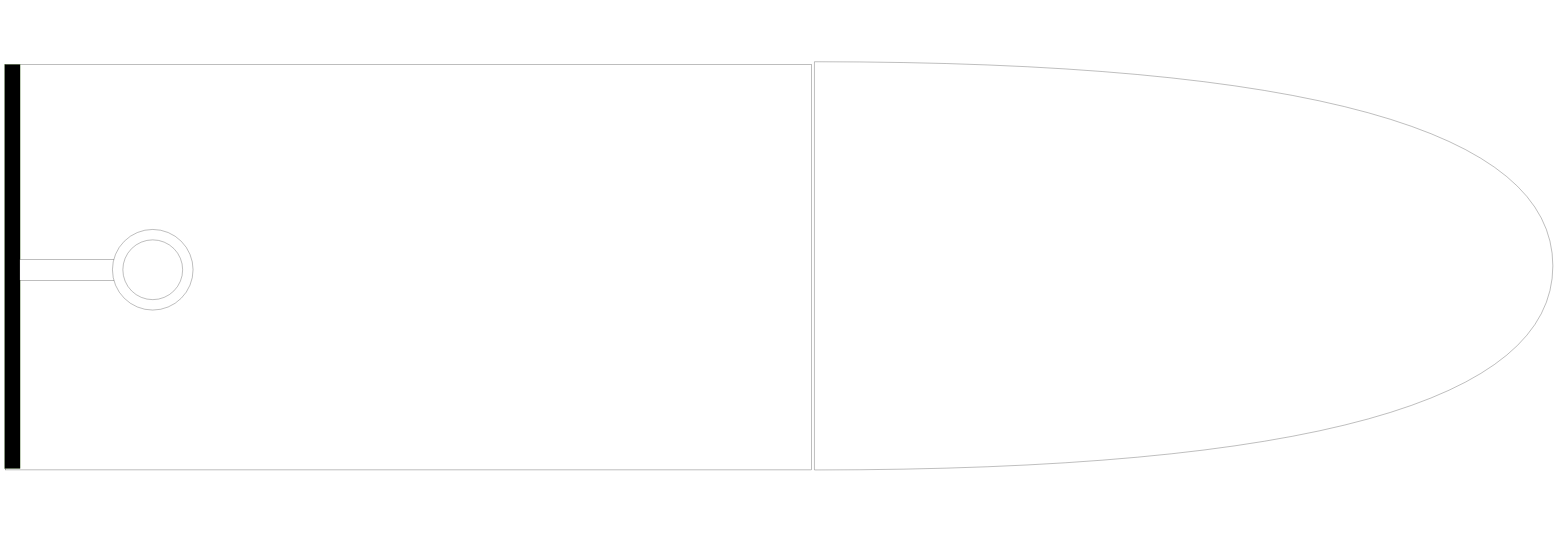
Above: recovery connections.drawio in STES-Rocketry/diagrams (draw.io), before the change. Source tidied: cells renumbered, new cells numbered last; positions are measured from the earlier drawing's top-left corner, leaving out a move shared by most shapes. Both pictures are drawn from the tidied source at 26%, with x=0, y=0 at pixel (-190, 62).
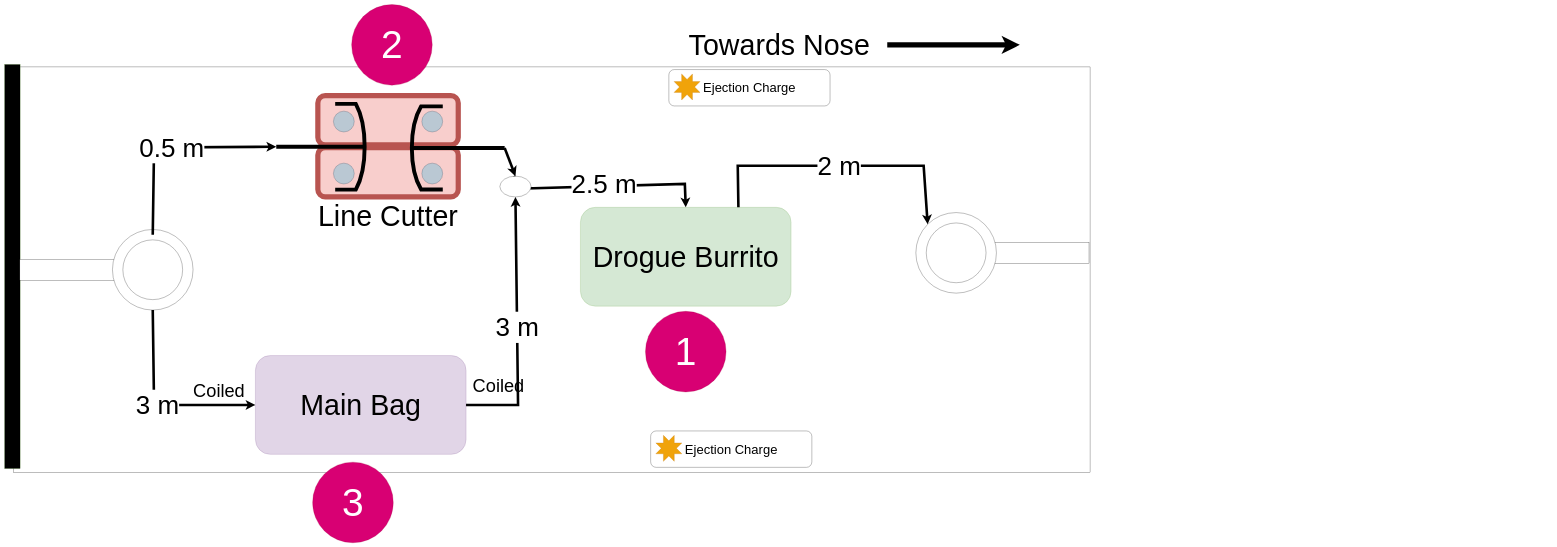
After the change.

Unchanged cells that the change refers to:
```xml
<mxCell id="7" style="ellipse;whiteSpace=wrap;html=1;" parent="5" vertex="1">
  <mxGeometry x="356" width="310" height="310" as="geometry" />
</mxCell>
```

The edit, as a diff of the source:
```diff
@@
     <mxCell id="2" style="rounded=0;whiteSpace=wrap;html=1;" parent="1" vertex="1">
-      <mxGeometry x="752" y="10" width="3100" height="1560" as="geometry" />
+      <mxGeometry x="782" y="20" width="4140" height="1560" as="geometry" />
     </mxCell>
-    <mxCell id="3" style="shape=or;whiteSpace=wrap;html=1;" parent="1" vertex="1">
-      <mxGeometry x="3862" width="2840" height="1570" as="geometry" />
-    </mxCell>
@@
+    <mxCell id="9" style="endArrow=classic;html=1;rounded=0;exitX=0.5;exitY=1;exitDx=0;exitDy=0;strokeWidth=10;entryX=0;entryY=0.5;entryDx=0;entryDy=0;" parent="1" edge="1" source="7" target="11">
+      <mxGeometry relative="1" as="geometry">
+        <Array as="points">
+          <mxPoint x="1322" y="1320" />
+        </Array>
+      </mxGeometry>
+    </mxCell>
+    <mxCell id="10" value="&lt;font style=&quot;font-size: 100px;&quot;&gt;3 m&lt;/font&gt;" style="edgeLabel;html=1;align=center;verticalAlign=middle;" parent="9" vertex="1">
+      <mxGeometry relative="1" as="geometry" />
+    </mxCell>
+    <mxCell id="11" value="&lt;font style=&quot;font-size: 110px;&quot;&gt;Main Bag&lt;/font&gt;" style="rounded=1;whiteSpace=wrap;html=1;fillColor=#e1d5e7;strokeColor=#9673a6;" parent="1" vertex="1">
+      <mxGeometry x="1712" y="1130" width="810" height="380" as="geometry" />
+    </mxCell>
+    <mxCell id="12" style="group;" parent="1" vertex="1">
+      <mxGeometry x="1952" y="130" width="700" height="360" as="geometry" />
+    </mxCell>
+    <mxCell id="13" style="rounded=1;whiteSpace=wrap;html=1;fillColor=#f8cecc;strokeColor=#b85450;strokeWidth=20;" parent="12" vertex="1">
+      <mxGeometry width="540" height="190" as="geometry" />
+    </mxCell>
+    <mxCell id="14" style="ellipse;whiteSpace=wrap;html=1;fillColor=#bac8d3;strokeColor=#23445d;" parent="12" vertex="1">
+      <mxGeometry x="60" y="60" width="80" height="80" as="geometry" />
+    </mxCell>
+    <mxCell id="15" style="ellipse;whiteSpace=wrap;html=1;fillColor=#bac8d3;strokeColor=#23445d;" parent="12" vertex="1">
+      <mxGeometry x="400" y="60" width="80" height="80" as="geometry" />
+    </mxCell>
+    <mxCell id="16" style="group;" parent="1" vertex="1">
+      <mxGeometry x="1952" y="330" width="875" height="485" as="geometry" />
+    </mxCell>
+    <mxCell id="17" style="rounded=1;whiteSpace=wrap;html=1;fillColor=#f8cecc;strokeColor=#b85450;strokeWidth=20;" parent="16" vertex="1">
+      <mxGeometry width="540" height="190" as="geometry" />
+    </mxCell>
+    <mxCell id="18" style="ellipse;whiteSpace=wrap;html=1;fillColor=#bac8d3;strokeColor=#23445d;" parent="16" vertex="1">
+      <mxGeometry x="60" y="60" width="80" height="80" as="geometry" />
+    </mxCell>
+    <mxCell id="19" style="ellipse;whiteSpace=wrap;html=1;fillColor=#bac8d3;strokeColor=#23445d;" parent="16" vertex="1">
+      <mxGeometry x="400" y="60" width="80" height="80" as="geometry" />
+    </mxCell>
+    <mxCell id="20" style="shape=mxgraph.pid.agitators.agitator_(anchor);html=1;align=center;verticalLabelPosition=bottom;verticalAlign=top;dashed=0;strokeWidth=15;rotation=-90;" parent="16" vertex="1">
+      <mxGeometry x="-155" y="-173" width="330" height="340" as="geometry" />
+    </mxCell>
+    <mxCell id="21" style="shape=mxgraph.pid.agitators.agitator_(anchor);html=1;align=center;verticalLabelPosition=bottom;verticalAlign=top;dashed=0;strokeWidth=15;rotation=90;" parent="16" vertex="1">
+      <mxGeometry x="380" y="-177" width="320" height="357" as="geometry" />
+    </mxCell>
+    <mxCell id="22" style="endArrow=classic;html=1;rounded=0;exitX=0.5;exitY=0;exitDx=0;exitDy=0;strokeWidth=10;entryX=0.5;entryY=0;entryDx=0;entryDy=0;entryPerimeter=0;" parent="1" edge="1" target="20">
+      <mxGeometry relative="1" as="geometry">
+        <mxPoint x="1317" y="665" as="sourcePoint" />
+        <Array as="points">
+          <mxPoint x="1322" y="330" />
+        </Array>
+      </mxGeometry>
+    </mxCell>
+    <mxCell id="23" value="&lt;font style=&quot;font-size: 100px;&quot;&gt;0.5 m&lt;/font&gt;" style="edgeLabel;html=1;align=center;verticalAlign=middle;" parent="22" vertex="1">
+      <mxGeometry relative="1" as="geometry" />
+    </mxCell>
+    <mxCell id="24" value="&lt;font style=&quot;font-size: 110px;&quot;&gt;Drogue Burrito&lt;/font&gt;" style="rounded=1;whiteSpace=wrap;html=1;fillColor=#d5e8d4;strokeColor=#82b366;" parent="1" vertex="1">
+      <mxGeometry x="2962" y="560" width="810" height="380" as="geometry" />
+    </mxCell>
+    <mxCell id="25" value="&lt;span style=&quot;font-size: 110px;&quot;&gt;Line Cutter&lt;/span&gt;" style="text;html=1;strokeColor=none;fillColor=none;align=center;verticalAlign=middle;whiteSpace=wrap;rounded=0;" parent="1" vertex="1">
+      <mxGeometry x="1902" y="520" width="640" height="150" as="geometry" />
+    </mxCell>
+    <mxCell id="26" style="endArrow=classic;html=1;rounded=0;strokeWidth=10;entryX=0.5;entryY=0;entryDx=0;entryDy=0;exitX=0.5;exitY=0;exitDx=0;exitDy=0;exitPerimeter=0;" parent="1" edge="1" source="30" target="24">
+      <mxGeometry relative="1" as="geometry">
+        <Array as="points">
+          <mxPoint x="2667" y="489.8" />
+          <mxPoint x="3363.5" y="470" />
+        </Array>
+      </mxGeometry>
+    </mxCell>
+    <mxCell id="27" value="&lt;font style=&quot;font-size: 70px;&quot;&gt;Coiled&lt;/font&gt;" style="text;html=1;strokeColor=none;fillColor=none;align=center;verticalAlign=middle;whiteSpace=wrap;rounded=0;" parent="1" vertex="1">
+      <mxGeometry x="1252" y="1190" width="640" height="150" as="geometry" />
+    </mxCell>
+    <mxCell id="28" style="endArrow=classic;html=1;rounded=0;strokeWidth=10;entryX=0.5;entryY=0;entryDx=0;entryDy=0;exitX=0.5;exitY=0;exitDx=0;exitDy=0;exitPerimeter=0;" parent="1" edge="1" source="21" target="30">
+      <mxGeometry relative="1" as="geometry" />
+    </mxCell>
+    <mxCell id="29" value="&lt;font style=&quot;font-size: 100px;&quot;&gt;2.5 m&lt;/font&gt;" style="edgeLabel;html=1;align=center;verticalAlign=middle;" parent="28" vertex="1">
+      <mxGeometry relative="1" as="geometry">
+        <mxPoint x="361" y="85" as="offset" />
+      </mxGeometry>
+    </mxCell>
+    <mxCell id="30" style="ellipse;whiteSpace=wrap;html=1;" parent="1" vertex="1">
+      <mxGeometry x="2652" y="440" width="120" height="80" as="geometry" />
+    </mxCell>
+    <mxCell id="31" value="&lt;font style=&quot;font-size: 70px;&quot;&gt;Coiled&lt;/font&gt;" style="text;html=1;strokeColor=none;fillColor=none;align=center;verticalAlign=middle;whiteSpace=wrap;rounded=0;" parent="1" vertex="1">
+      <mxGeometry x="2522" y="1170" width="250" height="150" as="geometry" />
+    </mxCell>
+    <mxCell id="32" style="endArrow=classic;html=1;rounded=0;strokeWidth=10;entryX=0.5;entryY=1;entryDx=0;entryDy=0;exitX=0;exitY=1;exitDx=0;exitDy=0;" parent="1" edge="1" source="31" target="30">
+      <mxGeometry relative="1" as="geometry">
+        <Array as="points">
+          <mxPoint x="2722" y="1320" />
+        </Array>
+      </mxGeometry>
+    </mxCell>
+    <mxCell id="33" value="&lt;font style=&quot;font-size: 100px;&quot;&gt;3 m&lt;/font&gt;" style="edgeLabel;html=1;align=center;verticalAlign=middle;" parent="32" vertex="1">
+      <mxGeometry relative="1" as="geometry" />
+    </mxCell>
+    <mxCell id="34" style="edgeStyle=orthogonalEdgeStyle;rounded=0;jettySize=auto;html=1;fontSize=14;strokeWidth=20;" parent="1" edge="1" source="35">
+      <mxGeometry relative="1" as="geometry">
+        <mxPoint x="4652" y="-65" as="targetPoint" />
+      </mxGeometry>
+    </mxCell>
+    <mxCell id="35" value="&lt;span style=&quot;font-size: 110px;&quot;&gt;Towards Nose&lt;/span&gt;" style="text;html=1;strokeColor=none;fillColor=none;align=center;verticalAlign=middle;whiteSpace=wrap;rounded=0;" parent="1" vertex="1">
+      <mxGeometry x="3312" y="-140" width="830" height="150" as="geometry" />
+    </mxCell>
+    <mxCell id="36" style="group;rotation=-180;" parent="1" vertex="1">
+      <mxGeometry x="4252" y="580" width="666" height="310" as="geometry" />
+    </mxCell>
+    <mxCell id="37" style="rounded=0;whiteSpace=wrap;html=1;rotation=-180;" parent="36" vertex="1">
+      <mxGeometry x="296" y="115" width="370" height="80" as="geometry" />
+    </mxCell>
+    <mxCell id="38" style="ellipse;whiteSpace=wrap;html=1;rotation=-180;" parent="36" vertex="1">
+      <mxGeometry width="310" height="310" as="geometry" />
+    </mxCell>
+    <mxCell id="39" style="ellipse;whiteSpace=wrap;html=1;rotation=-180;" parent="36" vertex="1">
+      <mxGeometry x="40" y="40" width="230" height="230" as="geometry" />
+    </mxCell>
+    <mxCell id="40" style="endArrow=classic;html=1;rounded=0;strokeWidth=10;entryX=1;entryY=1;entryDx=0;entryDy=0;exitX=0.75;exitY=0;exitDx=0;exitDy=0;" parent="1" edge="1" source="24" target="38">
+      <mxGeometry relative="1" as="geometry">
+        <Array as="points">
+          <mxPoint x="3567" y="400" />
+          <mxPoint x="4022" y="400" />
+          <mxPoint x="4282" y="400" />
+        </Array>
+      </mxGeometry>
+    </mxCell>
+    <mxCell id="41" value="&lt;font style=&quot;font-size: 100px;&quot;&gt;2 m&lt;/font&gt;" style="edgeLabel;html=1;align=center;verticalAlign=middle;" parent="40" vertex="1">
+      <mxGeometry relative="1" as="geometry" />
+    </mxCell>
+    <mxCell id="42" value="&lt;font style=&quot;font-size: 150px;&quot;&gt;1&lt;/font&gt;" style="ellipse;whiteSpace=wrap;html=1;fillColor=#d80073;strokeColor=#A50040;fontColor=#ffffff;" parent="1" vertex="1">
+      <mxGeometry x="3212" y="960" width="310" height="310" as="geometry" />
+    </mxCell>
+    <mxCell id="43" value="&lt;font style=&quot;font-size: 150px;&quot;&gt;2&lt;/font&gt;" style="ellipse;whiteSpace=wrap;html=1;fillColor=#d80073;strokeColor=#A50040;fontColor=#ffffff;" parent="1" vertex="1">
+      <mxGeometry x="2082" y="-220" width="310" height="310" as="geometry" />
+    </mxCell>
+    <mxCell id="44" value="&lt;font style=&quot;font-size: 150px;&quot;&gt;3&lt;br&gt;&lt;/font&gt;" style="ellipse;whiteSpace=wrap;html=1;fillColor=#d80073;strokeColor=#A50040;fontColor=#ffffff;" parent="1" vertex="1">
+      <mxGeometry x="1932" y="1540" width="310" height="310" as="geometry" />
+    </mxCell>
+    <mxCell id="45" style="group;" parent="1" vertex="1">
+      <mxGeometry x="3302" y="30" width="620" height="140" as="geometry" />
+    </mxCell>
+    <mxCell id="46" value="&lt;font style=&quot;font-size: 50px;&quot;&gt;Ejection Charge&lt;/font&gt;" style="rounded=1;whiteSpace=wrap;html=1;" parent="45" vertex="1">
+      <mxGeometry width="620" height="140" as="geometry" />
+    </mxCell>
+    <mxCell id="47" style="verticalLabelPosition=bottom;verticalAlign=top;html=1;shape=mxgraph.basic.8_point_star;fillColor=#f0a30a;fontColor=#000000;strokeColor=#BD7000;" parent="45" vertex="1">
+      <mxGeometry x="20" y="17" width="100" height="100" as="geometry" />
+    </mxCell>
+    <mxCell id="48" style="group;" parent="1" vertex="1">
+      <mxGeometry x="3232" y="1420" width="620" height="140" as="geometry" />
+    </mxCell>
+    <mxCell id="49" value="&lt;font style=&quot;font-size: 50px;&quot;&gt;Ejection Charge&lt;/font&gt;" style="rounded=1;whiteSpace=wrap;html=1;" parent="48" vertex="1">
+      <mxGeometry width="620" height="140" as="geometry" />
+    </mxCell>
+    <mxCell id="50" style="verticalLabelPosition=bottom;verticalAlign=top;html=1;shape=mxgraph.basic.8_point_star;fillColor=#f0a30a;fontColor=#000000;strokeColor=#BD7000;" parent="48" vertex="1">
+      <mxGeometry x="20" y="17" width="100" height="100" as="geometry" />
+    </mxCell>
```
